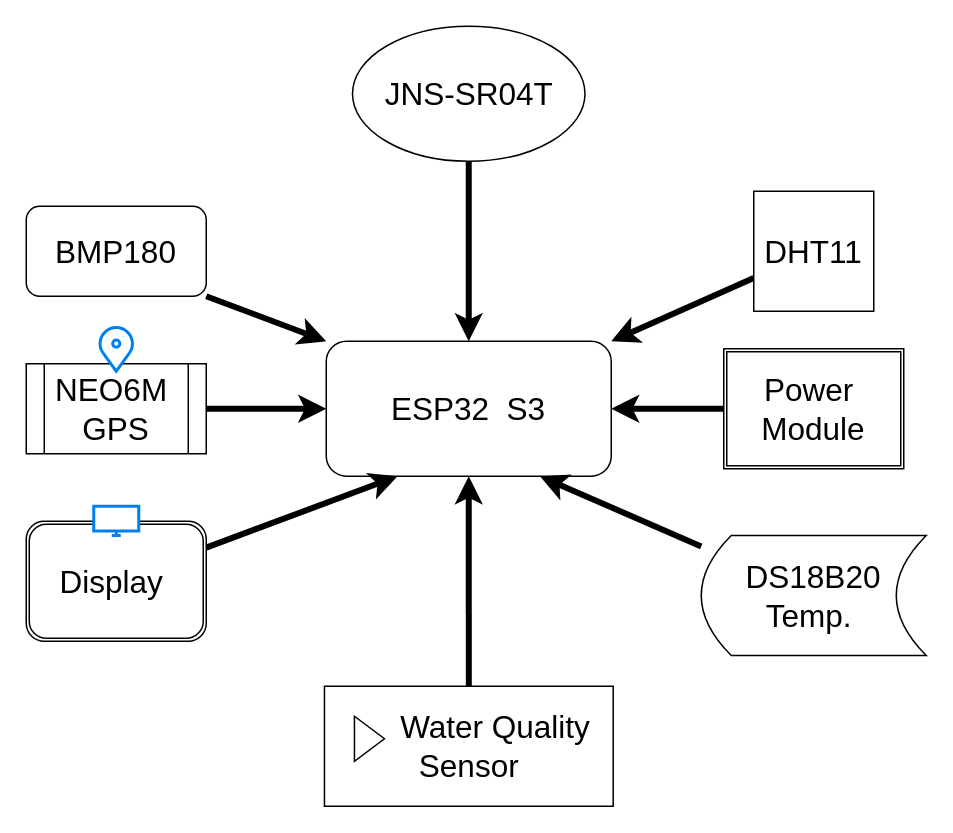
This is blockd.dio from partha235/fish_monitor, a draw.io file, before an edit. Source tidied: cells renumbered, new cells numbered last; positions are measured from the earlier drawing's top-left corner, leaving out a move shared by most shapes. Both pictures are drawn from the tidied source at 150%, with x=0, y=0 at pixel (26, 26).
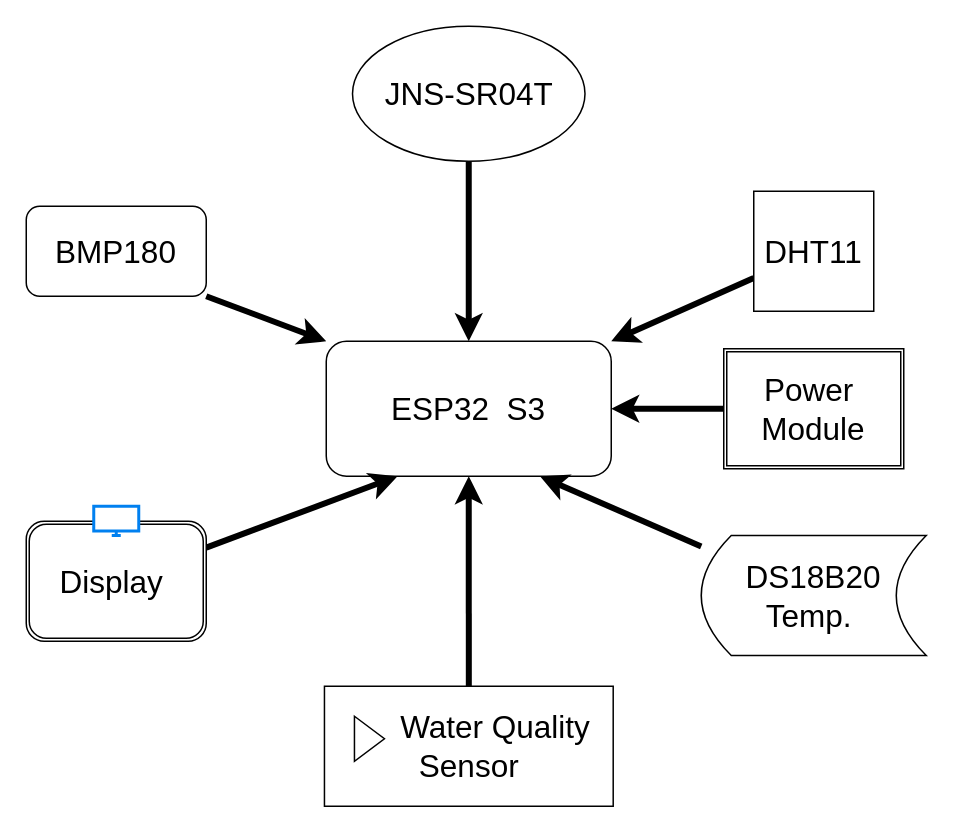
The same page after the edit.

Unchanged cells that the change refers to:
```xml
<mxCell id="2" value="&lt;font style=&quot;font-size: 21px;&quot;&gt;ESP32&amp;nbsp; S3&lt;/font&gt;" style="rounded=1;whiteSpace=wrap;html=1;" parent="1" vertex="1">
  <mxGeometry x="200" y="210" width="190" height="90" as="geometry" />
</mxCell>
```

What changed in the source:
```diff
@@
-    <mxCell id="9" style="edgeStyle=none;html=1;entryX=0;entryY=0.5;entryDx=0;entryDy=0;strokeWidth=4;fontSize=21;" parent="1" edge="1" source="10" target="2">
-      <mxGeometry relative="1" as="geometry" />
-    </mxCell>
-    <mxCell id="10" value="NEO6M&amp;nbsp;&lt;br&gt;GPS" style="shape=process;whiteSpace=wrap;html=1;backgroundOutline=1;fontSize=21;" parent="1" vertex="1">
-      <mxGeometry y="225" width="120" height="60" as="geometry" />
-    </mxCell>
@@
-    <mxCell id="13" style="html=1;verticalLabelPosition=bottom;align=center;labelBackgroundColor=#ffffff;verticalAlign=top;strokeWidth=2;strokeColor=#0080F0;shadow=0;dashed=0;shape=mxgraph.ios7.icons.location;fontSize=21;" parent="1" vertex="1">
-      <mxGeometry x="48" y="200" width="24" height="30" as="geometry" />
-    </mxCell>
```
